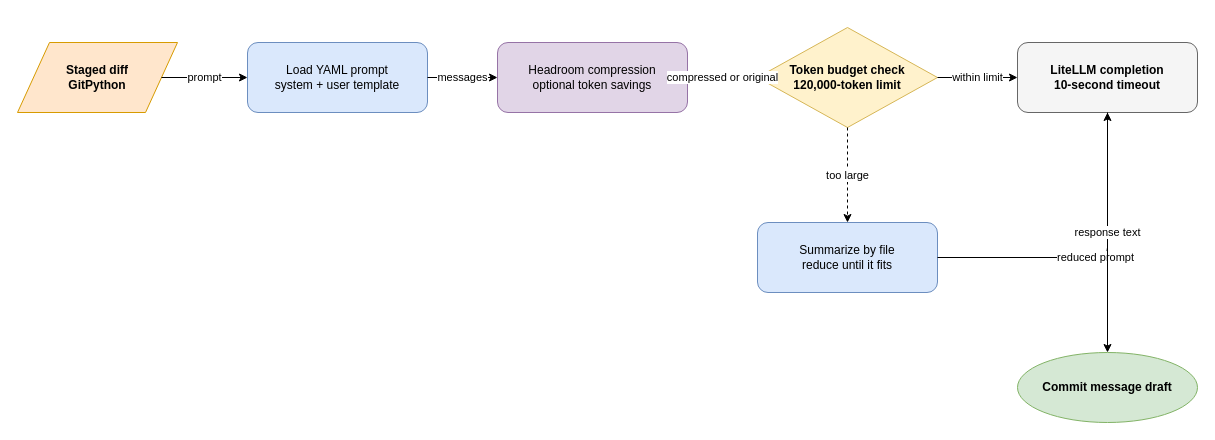
This is docs/assets/diagrams/prompt-pipeline.drawio from electrocucaracha/ai-prepare-commit-msg, a draw.io file, before an edit. Source tidied: cells renumbered, new cells numbered last; positions are measured from the earlier drawing's top-left corner, leaving out a move shared by most shapes. Both pictures are drawn from the tidied source at 100%, with x=0, y=0 at pixel (17, 27).
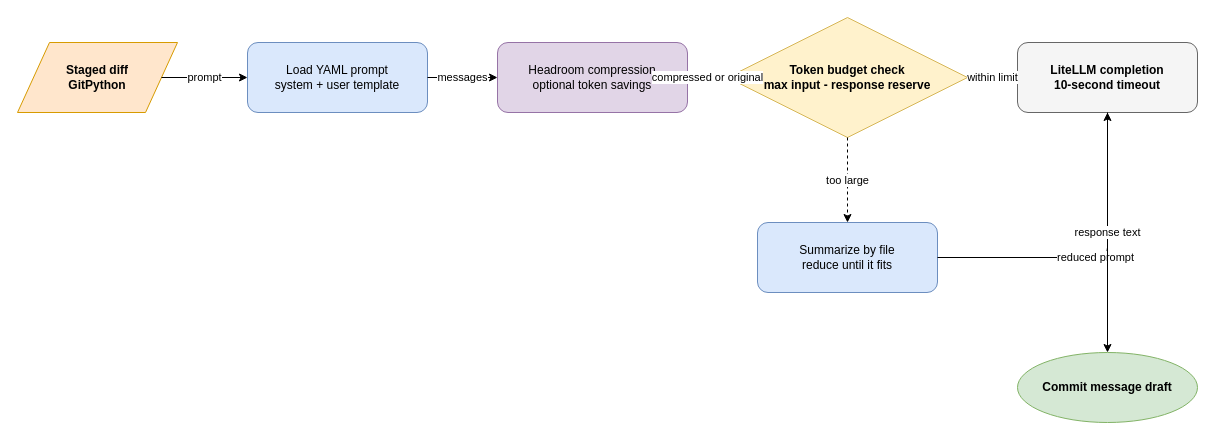
Above is the later version.

Change to the diagram source:
```diff
@@
 <mxGraphModel>
   <root>
     <mxCell id="0" />
     <mxCell id="1" parent="0" />
     <mxCell id="2" value="Staged diff&#10;GitPython" style="shape=parallelogram;perimeter=parallelogramPerimeter;whiteSpace=wrap;html=1;fillColor=#ffe6cc;strokeColor=#d79b00;fontStyle=1;" parent="1" vertex="1">
       <mxGeometry y="15" width="160" height="70" as="geometry" />
     </mxCell>
     <mxCell id="3" value="Load YAML prompt&#10;system + user template" style="rounded=1;whiteSpace=wrap;html=1;fillColor=#dae8fc;strokeColor=#6c8ebf;" parent="1" vertex="1">
       <mxGeometry x="230" y="15" width="180" height="70" as="geometry" />
     </mxCell>
     <mxCell id="4" value="Headroom compression&#10;optional token savings" style="rounded=1;whiteSpace=wrap;html=1;fillColor=#e1d5e7;strokeColor=#9673a6;" parent="1" vertex="1">
       <mxGeometry x="480" y="15" width="190" height="70" as="geometry" />
     </mxCell>
-    <mxCell id="5" value="Token budget check&#10;120,000-token limit" style="rhombus;whiteSpace=wrap;html=1;fillColor=#fff2cc;strokeColor=#d6b656;fontStyle=1;" parent="1" vertex="1">
-      <mxGeometry x="740" width="180" height="100" as="geometry" />
+    <mxCell id="5" value="Token budget check&#10;max input - response reserve" style="rhombus;whiteSpace=wrap;html=1;fillColor=#fff2cc;strokeColor=#d6b656;fontStyle=1;" parent="1" vertex="1">
+      <mxGeometry x="710" y="-10" width="240" height="120" as="geometry" />
     </mxCell>
     <mxCell id="6" value="Summarize by file&#10;reduce until it fits" style="rounded=1;whiteSpace=wrap;html=1;fillColor=#dae8fc;strokeColor=#6c8ebf;" parent="1" vertex="1">
       <mxGeometry x="740" y="195" width="180" height="70" as="geometry" />
     </mxCell>
     <mxCell id="7" value="LiteLLM completion&#10;10-second timeout" style="rounded=1;whiteSpace=wrap;html=1;fillColor=#f5f5f5;strokeColor=#666666;fontStyle=1;" parent="1" vertex="1">
       <mxGeometry x="1000" y="15" width="180" height="70" as="geometry" />
     </mxCell>
     <mxCell id="8" value="Commit message draft" style="ellipse;whiteSpace=wrap;html=1;fillColor=#d5e8d4;strokeColor=#82b366;fontStyle=1;" parent="1" vertex="1">
       <mxGeometry x="1000" y="325" width="180" height="70" as="geometry" />
     </mxCell>
     <mxCell id="9" value="prompt" style="edgeStyle=orthogonalEdgeStyle;rounded=1;jettySize=auto;html=1;" parent="1" edge="1" source="2" target="3">
       <mxGeometry relative="1" as="geometry" />
     </mxCell>
     <mxCell id="10" value="messages" style="edgeStyle=orthogonalEdgeStyle;rounded=1;jettySize=auto;html=1;" parent="1" edge="1" source="3" target="4">
       <mxGeometry relative="1" as="geometry" />
     </mxCell>
     <mxCell id="11" value="compressed or original" style="edgeStyle=orthogonalEdgeStyle;rounded=1;jettySize=auto;html=1;" parent="1" edge="1" source="4" target="5">
       <mxGeometry relative="1" as="geometry" />
     </mxCell>
     <mxCell id="12" value="within limit" style="edgeStyle=orthogonalEdgeStyle;rounded=1;jettySize=auto;html=1;" parent="1" edge="1" source="5" target="7">
       <mxGeometry relative="1" as="geometry" />
     </mxCell>
     <mxCell id="13" value="too large" style="edgeStyle=orthogonalEdgeStyle;rounded=1;jettySize=auto;html=1;dashed=1;" parent="1" edge="1" source="5" target="6">
       <mxGeometry relative="1" as="geometry" />
     </mxCell>
     <mxCell id="14" value="reduced prompt" style="edgeStyle=orthogonalEdgeStyle;rounded=1;jettySize=auto;html=1;" parent="1" edge="1" source="6" target="7">
       <mxGeometry relative="1" as="geometry" />
     </mxCell>
     <mxCell id="15" value="response text" style="edgeStyle=orthogonalEdgeStyle;rounded=1;jettySize=auto;html=1;" parent="1" edge="1" source="7" target="8">
       <mxGeometry relative="1" as="geometry" />
     </mxCell>
   </root>
 </mxGraphModel>
```
